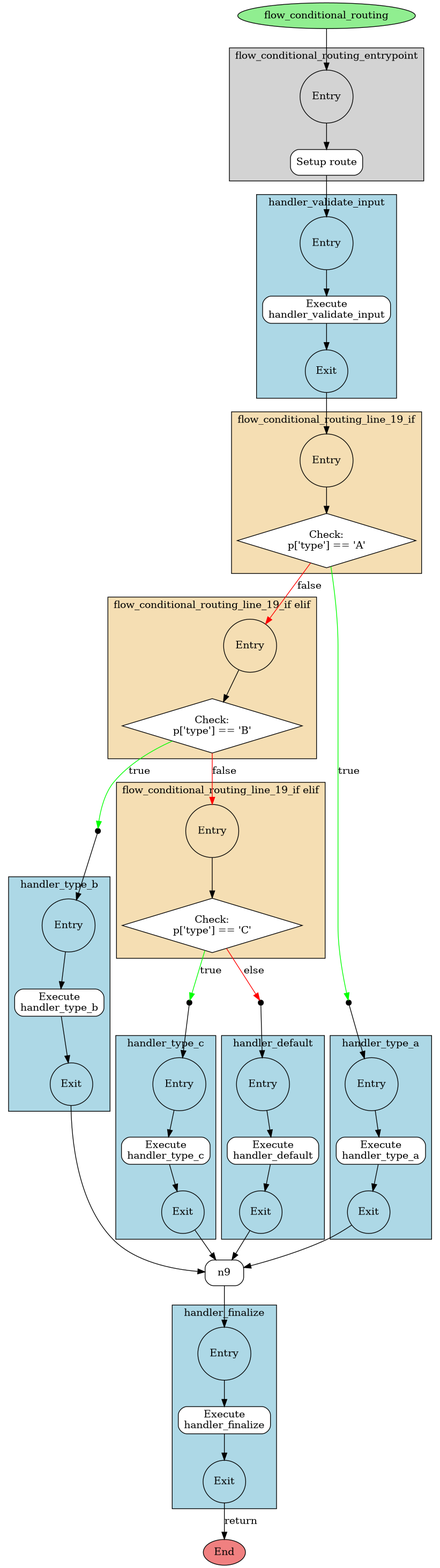
This is examples/flows/conditional_flow_compiled.png from deliveryhero/asya, a Graphviz export, as it was before one commit. Its source is kept beside it as examples/flows/conditional_flow_compiled.dot. Its diagram source:
```dot
digraph flow {
  rankdir=TB;
  compound=true;
  node [shape=box, style=rounded];

  n0 [label="flow_conditional_routing", shape=ellipse, style=filled, fillcolor=lightgreen];
  n1 [label="End", shape=ellipse, style=filled, fillcolor=lightcoral];

  subgraph cluster_0 {
    style=filled;
    fillcolor=lightgrey;
    label="flow_conditional_routing_entrypoint";

    n2 [label="Entry", shape=circle, width=0.5];
    n3 [label="Setup route", shape=box, style="rounded,filled", fillcolor=white];
    n2 -> n3;
  }

  subgraph cluster_1 {
    style=filled;
    fillcolor=lightblue;
    label="handler_validate_input";

    n4 [label="Entry", shape=circle, width=0.5];
    n5 [label="Execute\nhandler_validate_input", shape=box, style="rounded,filled", fillcolor=white];
    n6 [label="Exit", shape=circle, width=0.5];
    n4 -> n5 -> n6;
  }

  subgraph cluster_2 {
    style=filled;
    fillcolor=wheat;
    label="flow_conditional_routing_line_19_if";

    n7 [label="Entry", shape=circle, width=0.5];
    n8 [label="Check:\np['type'] == 'A'", shape=diamond, style=filled, fillcolor=white];
    n7 -> n8;
  }

  n10 [label="", shape=point, width=0.1];
  subgraph cluster_3 {
    style=filled;
    fillcolor=lightblue;
    label="handler_type_a";

    n11 [label="Entry", shape=circle, width=0.5];
    n12 [label="Execute\nhandler_type_a", shape=box, style="rounded,filled", fillcolor=white];
    n13 [label="Exit", shape=circle, width=0.5];
    n11 -> n12 -> n13;
  }

  subgraph cluster_4 {
    style=filled;
    fillcolor=wheat;
    label="flow_conditional_routing_line_19_if elif";

    n14 [label="Entry", shape=circle, width=0.5];
    n15 [label="Check:\np['type'] == 'B'", shape=diamond, style=filled, fillcolor=white];
    n14 -> n15;
  }

  n16 [label="", shape=point, width=0.1];
  subgraph cluster_5 {
    style=filled;
    fillcolor=lightblue;
    label="handler_type_b";

    n17 [label="Entry", shape=circle, width=0.5];
    n18 [label="Execute\nhandler_type_b", shape=box, style="rounded,filled", fillcolor=white];
    n19 [label="Exit", shape=circle, width=0.5];
    n17 -> n18 -> n19;
  }

  subgraph cluster_6 {
    style=filled;
    fillcolor=wheat;
    label="flow_conditional_routing_line_19_if elif";

    n20 [label="Entry", shape=circle, width=0.5];
    n21 [label="Check:\np['type'] == 'C'", shape=diamond, style=filled, fillcolor=white];
    n20 -> n21;
  }

  n22 [label="", shape=point, width=0.1];
  subgraph cluster_7 {
    style=filled;
    fillcolor=lightblue;
    label="handler_type_c";

    n23 [label="Entry", shape=circle, width=0.5];
    n24 [label="Execute\nhandler_type_c", shape=box, style="rounded,filled", fillcolor=white];
    n25 [label="Exit", shape=circle, width=0.5];
    n23 -> n24 -> n25;
  }

  n26 [label="", shape=point, width=0.1];
  subgraph cluster_8 {
    style=filled;
    fillcolor=lightblue;
    label="handler_default";

    n27 [label="Entry", shape=circle, width=0.5];
    n28 [label="Execute\nhandler_default", shape=box, style="rounded,filled", fillcolor=white];
    n29 [label="Exit", shape=circle, width=0.5];
    n27 -> n28 -> n29;
  }

  subgraph cluster_9 {
    style=filled;
    fillcolor=lightblue;
    label="handler_finalize";

    n30 [label="Entry", shape=circle, width=0.5];
    n31 [label="Execute\nhandler_finalize", shape=box, style="rounded,filled", fillcolor=white];
    n32 [label="Exit", shape=circle, width=0.5];
    n30 -> n31 -> n32;
  }

  n0 -> n2;
  n3 -> n4;
  n6 -> n7;
  n8 -> n10 [label="true", color=green];
  n10 -> n11;
  n13 -> n9;
  n8 -> n14 [label="false", color=red];
  n15 -> n16 [label="true", color=green];
  n16 -> n17;
  n19 -> n9;
  n15 -> n20 [label="false", color=red];
  n21 -> n22 [label="true", color=green];
  n22 -> n23;
  n25 -> n9;
  n21 -> n26 [label="else", color=red];
  n26 -> n27;
  n29 -> n9;
  n9 -> n30;
  n32 -> n1 [label="return"];
}
```
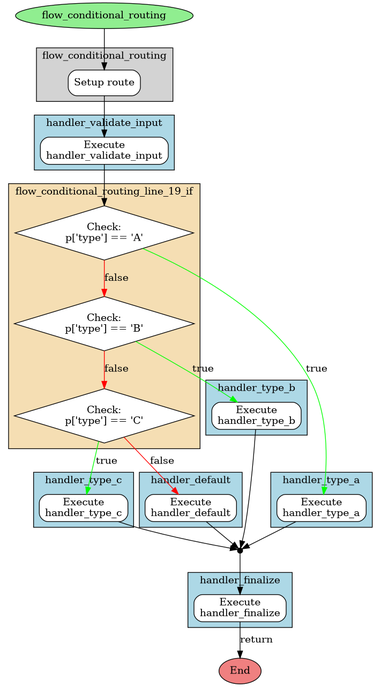
Later version of the same file.

The edit, as a diff of the source:
```diff
@@ -9,11 +9,9 @@
   subgraph cluster_0 {
     style=filled;
     fillcolor=lightgrey;
-    label="flow_conditional_routing_entrypoint";
+    label="flow_conditional_routing";
 
-    n2 [label="Entry", shape=circle, width=0.5];
-    n3 [label="Setup route", shape=box, style="rounded,filled", fillcolor=white];
-    n2 -> n3;
+    n2 [label="Setup route", shape=box, style="rounded,filled", fillcolor=white];
   }
 
   subgraph cluster_1 {
@@ -21,10 +19,7 @@
     fillcolor=lightblue;
     label="handler_validate_input";
 
-    n4 [label="Entry", shape=circle, width=0.5];
-    n5 [label="Execute\nhandler_validate_input", shape=box, style="rounded,filled", fillcolor=white];
-    n6 [label="Exit", shape=circle, width=0.5];
-    n4 -> n5 -> n6;
+    n3 [label="Execute\nhandler_validate_input", shape=box, style="rounded,filled", fillcolor=white];
   }
 
   subgraph cluster_2 {
@@ -32,107 +27,66 @@
     fillcolor=wheat;
     label="flow_conditional_routing_line_19_if";
 
-    n7 [label="Entry", shape=circle, width=0.5];
-    n8 [label="Check:\np['type'] == 'A'", shape=diamond, style=filled, fillcolor=white];
-    n7 -> n8;
+    n4 [label="Check:\np['type'] == 'A'", shape=diamond, style=filled, fillcolor=white];
+    n6 [label="Check:\np['type'] == 'B'", shape=diamond, style=filled, fillcolor=white];
+    n7 [label="Check:\np['type'] == 'C'", shape=diamond, style=filled, fillcolor=white];
+    n4 -> n6 [label="false", color=red];
+    n6 -> n7 [label="false", color=red];
   }
 
-  n10 [label="", shape=point, width=0.1];
+  n5 [label="", shape=point, width=0.1];
+
   subgraph cluster_3 {
     style=filled;
     fillcolor=lightblue;
     label="handler_type_a";
 
-    n11 [label="Entry", shape=circle, width=0.5];
-    n12 [label="Execute\nhandler_type_a", shape=box, style="rounded,filled", fillcolor=white];
-    n13 [label="Exit", shape=circle, width=0.5];
-    n11 -> n12 -> n13;
+    n8 [label="Execute\nhandler_type_a", shape=box, style="rounded,filled", fillcolor=white];
   }
 
   subgraph cluster_4 {
     style=filled;
-    fillcolor=wheat;
-    label="flow_conditional_routing_line_19_if elif";
+    fillcolor=lightblue;
+    label="handler_type_b";
 
-    n14 [label="Entry", shape=circle, width=0.5];
-    n15 [label="Check:\np['type'] == 'B'", shape=diamond, style=filled, fillcolor=white];
-    n14 -> n15;
+    n9 [label="Execute\nhandler_type_b", shape=box, style="rounded,filled", fillcolor=white];
   }
 
-  n16 [label="", shape=point, width=0.1];
   subgraph cluster_5 {
     style=filled;
     fillcolor=lightblue;
-    label="handler_type_b";
+    label="handler_type_c";
 
-    n17 [label="Entry", shape=circle, width=0.5];
-    n18 [label="Execute\nhandler_type_b", shape=box, style="rounded,filled", fillcolor=white];
-    n19 [label="Exit", shape=circle, width=0.5];
-    n17 -> n18 -> n19;
+    n10 [label="Execute\nhandler_type_c", shape=box, style="rounded,filled", fillcolor=white];
   }
 
   subgraph cluster_6 {
     style=filled;
-    fillcolor=wheat;
-    label="flow_conditional_routing_line_19_if elif";
-
-    n20 [label="Entry", shape=circle, width=0.5];
-    n21 [label="Check:\np['type'] == 'C'", shape=diamond, style=filled, fillcolor=white];
-    n20 -> n21;
-  }
-
-  n22 [label="", shape=point, width=0.1];
-  subgraph cluster_7 {
-    style=filled;
-    fillcolor=lightblue;
-    label="handler_type_c";
-
-    n23 [label="Entry", shape=circle, width=0.5];
-    n24 [label="Execute\nhandler_type_c", shape=box, style="rounded,filled", fillcolor=white];
-    n25 [label="Exit", shape=circle, width=0.5];
-    n23 -> n24 -> n25;
-  }
-
-  n26 [label="", shape=point, width=0.1];
-  subgraph cluster_8 {
-    style=filled;
     fillcolor=lightblue;
     label="handler_default";
 
-    n27 [label="Entry", shape=circle, width=0.5];
-    n28 [label="Execute\nhandler_default", shape=box, style="rounded,filled", fillcolor=white];
-    n29 [label="Exit", shape=circle, width=0.5];
-    n27 -> n28 -> n29;
+    n11 [label="Execute\nhandler_default", shape=box, style="rounded,filled", fillcolor=white];
   }
 
-  subgraph cluster_9 {
+  subgraph cluster_7 {
     style=filled;
     fillcolor=lightblue;
     label="handler_finalize";
 
-    n30 [label="Entry", shape=circle, width=0.5];
-    n31 [label="Execute\nhandler_finalize", shape=box, style="rounded,filled", fillcolor=white];
-    n32 [label="Exit", shape=circle, width=0.5];
-    n30 -> n31 -> n32;
+    n12 [label="Execute\nhandler_finalize", shape=box, style="rounded,filled", fillcolor=white];
   }
 
   n0 -> n2;
+  n2 -> n3;
   n3 -> n4;
-  n6 -> n7;
-  n8 -> n10 [label="true", color=green];
-  n10 -> n11;
-  n13 -> n9;
-  n8 -> n14 [label="false", color=red];
-  n15 -> n16 [label="true", color=green];
-  n16 -> n17;
-  n19 -> n9;
-  n15 -> n20 [label="false", color=red];
-  n21 -> n22 [label="true", color=green];
-  n22 -> n23;
-  n25 -> n9;
-  n21 -> n26 [label="else", color=red];
-  n26 -> n27;
-  n29 -> n9;
-  n9 -> n30;
-  n32 -> n1 [label="return"];
+  n4 -> n8 [label="true", color=green];
+  n8 -> n5;
+  n6 -> n9 [label="true", color=green];
+  n9 -> n5;
+  n7 -> n10 [label="true", color=green];
+  n10 -> n5;
+  n7 -> n11 [label="false", color=red];
+  n11 -> n5;
+  n5 -> n12;
+  n12 -> n1 [label="return"];
 }
```
